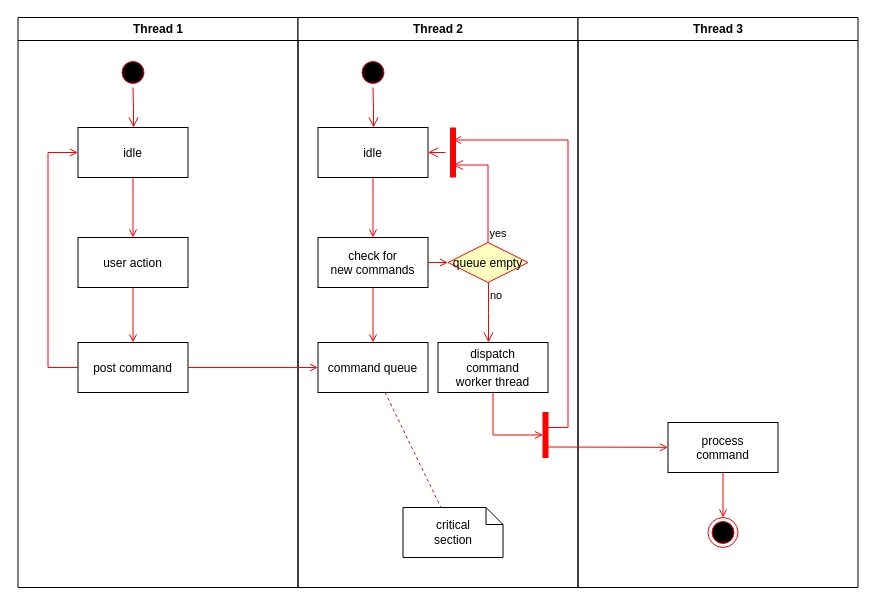
Above: images/architecture.drawio in hannesroth88/nd-0067-udacity-hosting-a-full-stack-application (draw.io), before the change. Source tidied: cells renumbered, new cells numbered last; positions are measured from the earlier drawing's top-left corner, leaving out a move shared by most shapes. Both pictures are drawn from the tidied source at 100%, with x=0, y=0 at pixel (17, 17).
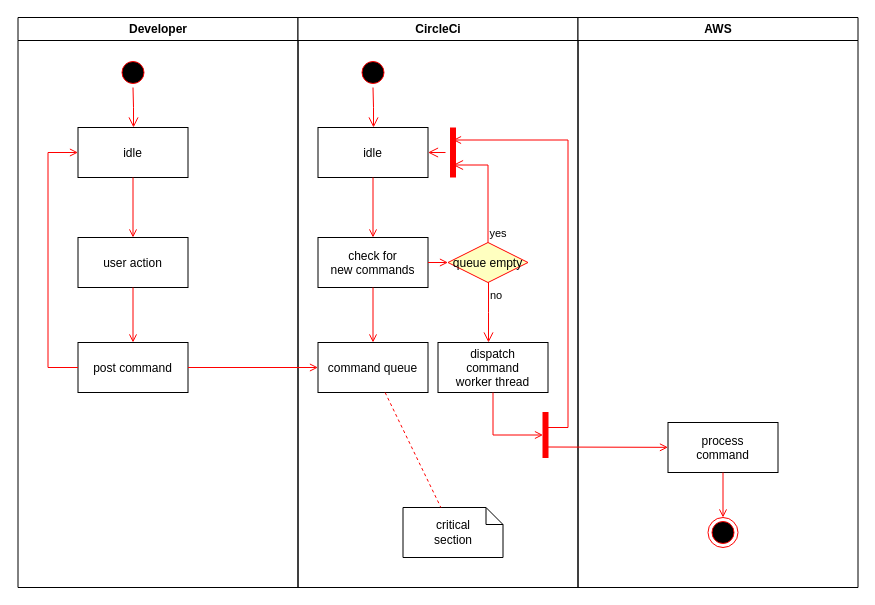
Above is the later version.

What changed in the source:
```diff
@@
-    <mxCell id="2" value="Thread 1" style="swimlane;whiteSpace=wrap;" parent="1" vertex="1">
+    <mxCell id="2" value="Developer" style="swimlane;whiteSpace=wrap;startSize=23;" parent="1" vertex="1">
       <mxGeometry x="0.5" width="280" height="570" as="geometry" />
     </mxCell>
@@
-    <mxCell id="11" value="Thread 2" style="swimlane;whiteSpace=wrap;" parent="1" vertex="1">
+    <mxCell id="11" value="CircleCi" style="swimlane;whiteSpace=wrap;" parent="1" vertex="1">
       <mxGeometry x="280.5" width="280" height="570" as="geometry" />
     </mxCell>
@@
-    <mxCell id="30" value="Thread 3" style="swimlane;whiteSpace=wrap;" parent="1" vertex="1">
+    <mxCell id="30" value="AWS" style="swimlane;whiteSpace=wrap;" parent="1" vertex="1">
       <mxGeometry x="560.5" width="280" height="570" as="geometry" />
     </mxCell>
```
